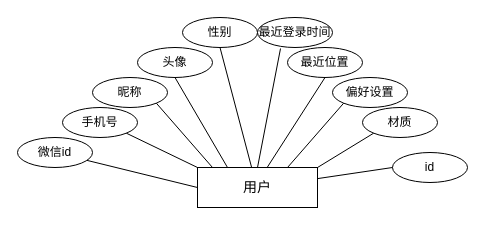
The draw.io diagram user.drawio in asharca/drawio, before the edit. Source tidied: cells renumbered, new cells numbered last; positions are measured from the earlier drawing's top-left corner, leaving out a move shared by most shapes. Both pictures are drawn from the tidied source at 100%, with x=0, y=0 at pixel (17, 17).
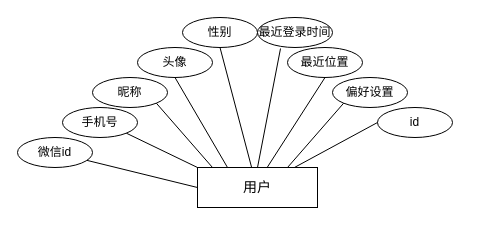
The same page after the edit.

The change refers to these unchanged cells:
```xml
<mxCell id="2" value="&lt;span style=&quot;font-size: 14px;&quot;&gt;用户&lt;/span&gt;" style="rounded=0;whiteSpace=wrap;html=1;" parent="1" vertex="1">
  <mxGeometry x="180" y="150" width="120" height="40" as="geometry" />
</mxCell>
```

Diff of the diagram source:
```diff
@@
-    <mxCell id="10" value="材质" style="ellipse;whiteSpace=wrap;html=1;" parent="1" vertex="1">
-      <mxGeometry x="345" y="90" width="75" height="30" as="geometry" />
-    </mxCell>
@@
-    <mxCell id="18" style="endArrow=none;html=1;rounded=0;exitX=1;exitY=0;exitDx=0;exitDy=0;entryX=0;entryY=1;entryDx=0;entryDy=0;" parent="1" edge="1" source="2" target="10">
-      <mxGeometry relative="1" as="geometry" />
-    </mxCell>
     <mxCell id="19" value="id" style="ellipse;whiteSpace=wrap;html=1;" parent="1" vertex="1">
-      <mxGeometry x="375" y="135" width="75" height="30" as="geometry" />
+      <mxGeometry x="360" y="90" width="75" height="30" as="geometry" />
     </mxCell>
```
